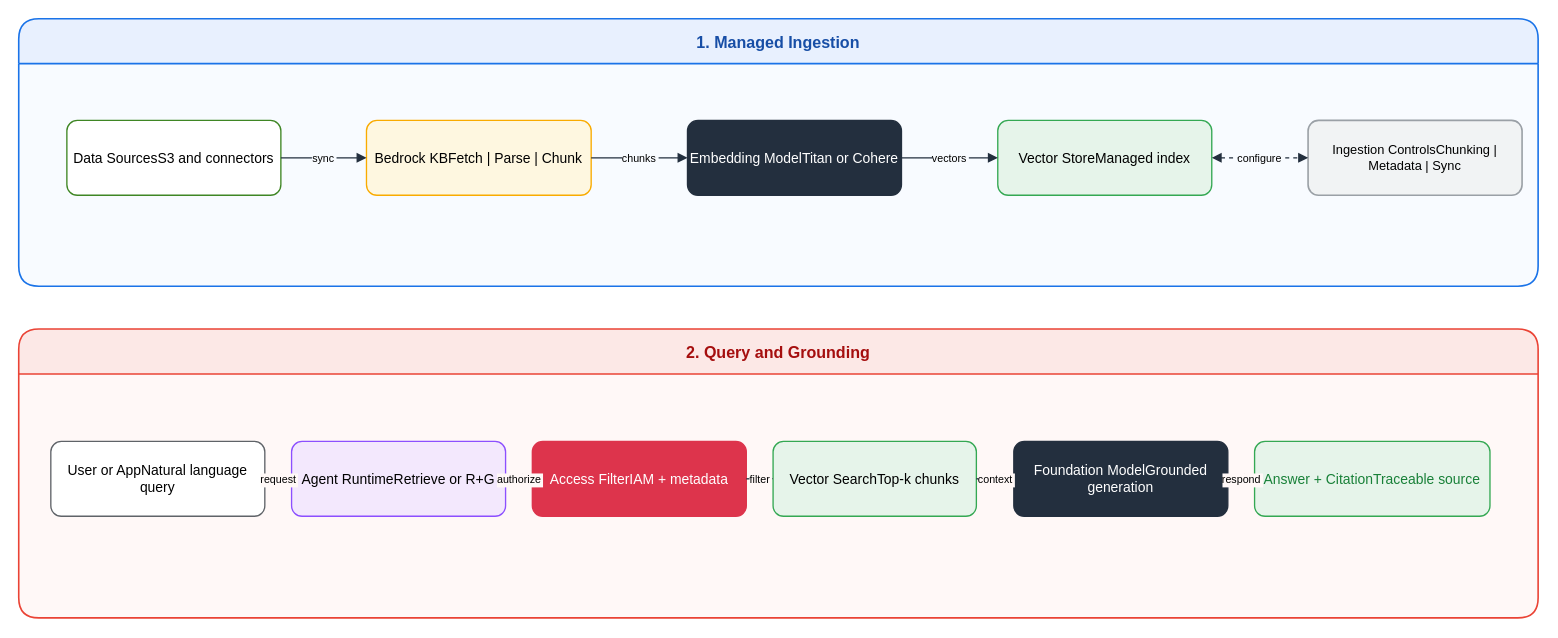
The draw.io diagram assets/img/aws/bedrock-kb-architecture.drawio in KKamJi98/kkamji98.github.io, before the edit. Source tidied: cells renumbered, new cells numbered last; positions are measured from the earlier drawing's top-left corner, leaving out a move shared by most shapes. Both pictures are drawn from the tidied source at 107%, with x=0, y=0 at pixel (18, 18).
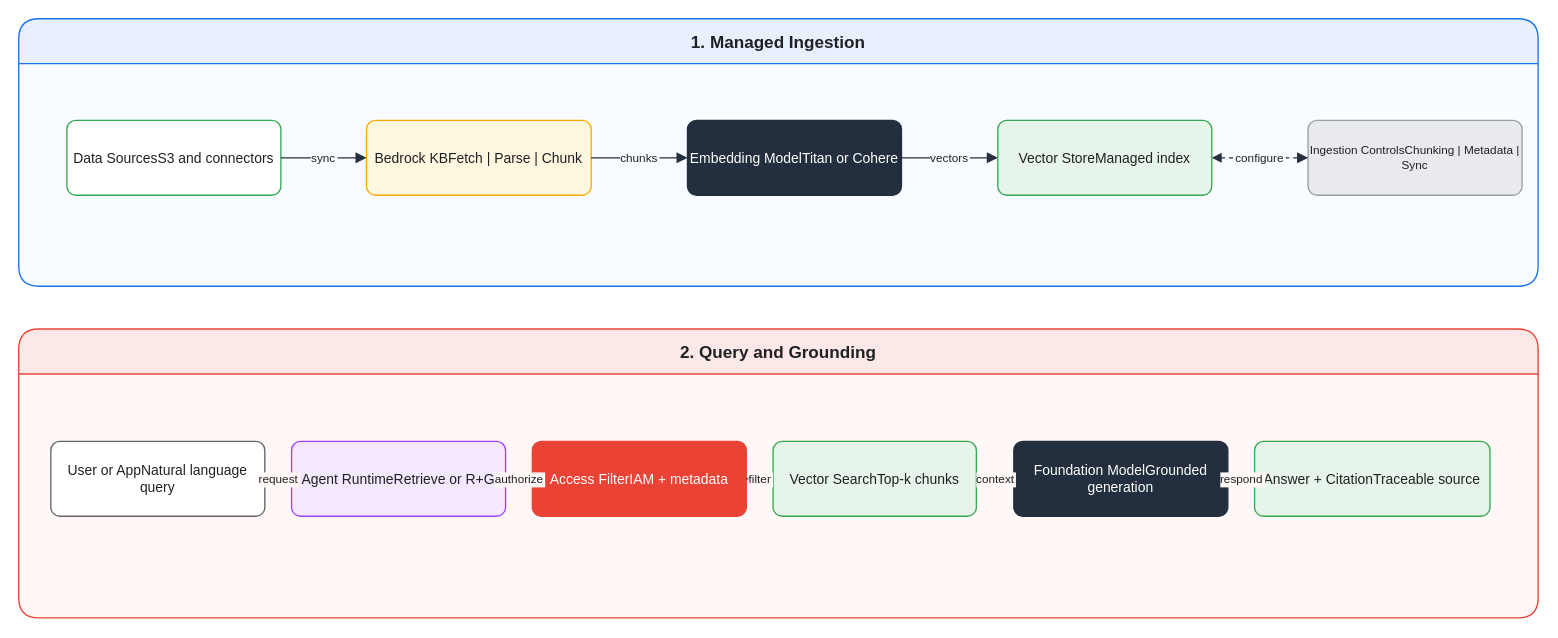
Above is the later version.

What changed in the source:
```diff
@@
-<mxGraphModel>
+<mxGraphModel background="#FFFFFF">
@@
-    <mxCell id="2" value="1. Managed Ingestion" style="swimlane;html=0;rounded=1;startSize=42;fillColor=#E8F0FE;swimlaneFillColor=#F8FBFF;strokeColor=#1A73E8;strokeWidth=1.5;fontSize=15;fontStyle=1;fontColor=#174EA6;shadow=0;" parent="1" vertex="1">
+    <mxCell id="2" value="1. Managed Ingestion" style="swimlane;html=0;rounded=1;startSize=42;fillColor=#E8F0FE;swimlaneFillColor=#F8FBFF;strokeColor=#1A73E8;strokeWidth=1.25;fontSize=16;fontStyle=1;fontColor=#202124;shadow=0;" parent="1" vertex="1">
       <mxGeometry width="1420" height="250" as="geometry" />
     </mxCell>
-    <mxCell id="3" value="2. Query and Grounding" style="swimlane;html=0;rounded=1;startSize=42;fillColor=#FCE8E6;swimlaneFillColor=#FFF8F7;strokeColor=#EA4335;strokeWidth=1.5;fontSize=15;fontStyle=1;fontColor=#A50E0E;shadow=0;" parent="1" vertex="1">
+    <mxCell id="3" value="2. Query and Grounding" style="swimlane;html=0;rounded=1;startSize=42;fillColor=#FCE8E6;swimlaneFillColor=#FFF8F7;strokeColor=#EA4335;strokeWidth=1.25;fontSize=16;fontStyle=1;fontColor=#202124;shadow=0;" parent="1" vertex="1">
       <mxGeometry y="290" width="1420" height="270" as="geometry" />
     </mxCell>
-    <mxCell id="4" value="Data SourcesS3 and connectors" style="rounded=1;arcSize=14;whiteSpace=wrap;html=0;fillColor=#FFFFFF;strokeColor=#3F8624;strokeWidth=1.25;fontSize=13;fontColor=#000000;shadow=0;" parent="1" vertex="1">
+    <mxCell id="4" value="Data SourcesS3 and connectors" style="rounded=1;arcSize=12;whiteSpace=wrap;html=0;fillColor=#FFFFFF;strokeColor=#34A853;strokeWidth=1.25;fontSize=13;fontColor=#202124;shadow=0;" parent="1" vertex="1">
       <mxGeometry x="45" y="95" width="200" height="70" as="geometry" />
     </mxCell>
-    <mxCell id="5" value="Bedrock KBFetch | Parse | Chunk" style="rounded=1;arcSize=14;whiteSpace=wrap;html=0;fillColor=#FEF7E0;strokeColor=#F9AB00;strokeWidth=1.25;fontSize=13;fontColor=#000000;shadow=0;" parent="1" vertex="1">
+    <mxCell id="5" value="Bedrock KBFetch | Parse | Chunk" style="rounded=1;arcSize=12;whiteSpace=wrap;html=0;fillColor=#FEF7E0;strokeColor=#F9AB00;strokeWidth=1.25;fontSize=13;fontColor=#202124;shadow=0;" parent="1" vertex="1">
       <mxGeometry x="325" y="95" width="210" height="70" as="geometry" />
     </mxCell>
-    <mxCell id="6" value="Embedding ModelTitan or Cohere" style="rounded=1;arcSize=14;whiteSpace=wrap;html=0;fillColor=#232F3E;strokeColor=#232F3E;strokeWidth=1.25;fontSize=13;fontColor=#FFFFFF;shadow=0;" parent="1" vertex="1">
+    <mxCell id="6" value="Embedding ModelTitan or Cohere" style="rounded=1;arcSize=12;whiteSpace=wrap;html=0;fillColor=#232F3E;strokeColor=#232F3E;strokeWidth=1.25;fontSize=13;fontColor=#FFFFFF;shadow=0;" parent="1" vertex="1">
       <mxGeometry x="625" y="95" width="200" height="70" as="geometry" />
     </mxCell>
-    <mxCell id="7" value="Vector StoreManaged index" style="rounded=1;arcSize=14;whiteSpace=wrap;html=0;fillColor=#E6F4EA;strokeColor=#34A853;strokeWidth=1.25;fontSize=13;fontColor=#000000;shadow=0;" parent="1" vertex="1">
+    <mxCell id="7" value="Vector StoreManaged index" style="rounded=1;arcSize=12;whiteSpace=wrap;html=0;fillColor=#E6F4EA;strokeColor=#34A853;strokeWidth=1.25;fontSize=13;fontColor=#202124;shadow=0;" parent="1" vertex="1">
       <mxGeometry x="915" y="95" width="200" height="70" as="geometry" />
     </mxCell>
-    <mxCell id="8" value="Ingestion ControlsChunking | Metadata | Sync" style="rounded=1;arcSize=14;whiteSpace=wrap;html=0;fillColor=#F1F3F4;strokeColor=#9AA0A6;strokeWidth=1.5;fontSize=12;fontColor=#000000;shadow=0;" parent="1" vertex="1">
+    <mxCell id="8" value="Ingestion ControlsChunking | Metadata | Sync" style="rounded=1;arcSize=12;whiteSpace=wrap;html=0;fillColor=#E8EAED;strokeColor=#9AA0A6;strokeWidth=1.25;fontSize=11;fontColor=#202124;shadow=0;" parent="1" vertex="1">
       <mxGeometry x="1205" y="95" width="200" height="70" as="geometry" />
     </mxCell>
-    <mxCell id="9" value="User or AppNatural language query" style="rounded=1;arcSize=14;whiteSpace=wrap;html=0;fillColor=#FFFFFF;strokeColor=#5F6368;strokeWidth=1.25;fontSize=13;fontColor=#000000;shadow=0;" parent="1" vertex="1">
+    <mxCell id="9" value="User or AppNatural language query" style="rounded=1;arcSize=12;whiteSpace=wrap;html=0;fillColor=#FFFFFF;strokeColor=#5F6368;strokeWidth=1.25;fontSize=13;fontColor=#202124;shadow=0;" parent="1" vertex="1">
       <mxGeometry x="30" y="395" width="200" height="70" as="geometry" />
     </mxCell>
-    <mxCell id="10" value="Agent RuntimeRetrieve or R+G" style="rounded=1;arcSize=14;whiteSpace=wrap;html=0;fillColor=#F3E8FD;strokeColor=#8C4FFF;strokeWidth=1.25;fontSize=13;fontColor=#000000;shadow=0;" parent="1" vertex="1">
+    <mxCell id="10" value="Agent RuntimeRetrieve or R+G" style="rounded=1;arcSize=12;whiteSpace=wrap;html=0;fillColor=#F3E8FD;strokeColor=#A142F4;strokeWidth=1.25;fontSize=13;fontColor=#202124;shadow=0;" parent="1" vertex="1">
       <mxGeometry x="255" y="395" width="200" height="70" as="geometry" />
     </mxCell>
-    <mxCell id="11" value="Access FilterIAM + metadata" style="rounded=1;arcSize=14;whiteSpace=wrap;html=0;fillColor=#DD344C;strokeColor=#DD344C;strokeWidth=1.25;fontSize=13;fontColor=#FFFFFF;shadow=0;" parent="1" vertex="1">
+    <mxCell id="11" value="Access FilterIAM + metadata" style="rounded=1;arcSize=12;whiteSpace=wrap;html=0;fillColor=#EA4335;strokeColor=#EA4335;strokeWidth=1.25;fontSize=13;fontColor=#FFFFFF;shadow=0;" parent="1" vertex="1">
       <mxGeometry x="480" y="395" width="200" height="70" as="geometry" />
     </mxCell>
-    <mxCell id="12" value="Vector SearchTop-k chunks" style="rounded=1;arcSize=14;whiteSpace=wrap;html=0;fillColor=#E6F4EA;strokeColor=#34A853;strokeWidth=1.25;fontSize=13;fontColor=#000000;shadow=0;" parent="1" vertex="1">
+    <mxCell id="12" value="Vector SearchTop-k chunks" style="rounded=1;arcSize=12;whiteSpace=wrap;html=0;fillColor=#E6F4EA;strokeColor=#34A853;strokeWidth=1.25;fontSize=13;fontColor=#202124;shadow=0;" parent="1" vertex="1">
       <mxGeometry x="705" y="395" width="190" height="70" as="geometry" />
     </mxCell>
-    <mxCell id="13" value="Foundation ModelGrounded generation" style="rounded=1;arcSize=14;whiteSpace=wrap;html=0;fillColor=#232F3E;strokeColor=#232F3E;strokeWidth=1.25;fontSize=13;fontColor=#FFFFFF;shadow=0;" parent="1" vertex="1">
+    <mxCell id="13" value="Foundation ModelGrounded generation" style="rounded=1;arcSize=12;whiteSpace=wrap;html=0;fillColor=#232F3E;strokeColor=#232F3E;strokeWidth=1.25;fontSize=13;fontColor=#FFFFFF;shadow=0;" parent="1" vertex="1">
       <mxGeometry x="930" y="395" width="200" height="70" as="geometry" />
     </mxCell>
-    <mxCell id="14" value="Answer + CitationTraceable source" style="rounded=1;arcSize=14;whiteSpace=wrap;html=0;fillColor=#E6F4EA;strokeColor=#34A853;strokeWidth=1.25;fontSize=13;fontColor=#188038;shadow=0;" parent="1" vertex="1">
+    <mxCell id="14" value="Answer + CitationTraceable source" style="rounded=1;arcSize=12;whiteSpace=wrap;html=0;fillColor=#E6F4EA;strokeColor=#34A853;strokeWidth=1.25;fontSize=13;fontColor=#202124;shadow=0;" parent="1" vertex="1">
       <mxGeometry x="1155" y="395" width="220" height="70" as="geometry" />
     </mxCell>
-    <mxCell id="15" value="sync" style="edgeStyle=orthogonalEdgeStyle;rounded=0;html=0;endArrow=block;strokeColor=#232F3E;strokeWidth=1.25;fontSize=10;fontColor=#000000;labelBackgroundColor=#F8FBFF;" parent="1" edge="1" source="4" target="5">
+    <mxCell id="15" value="sync" style="edgeStyle=orthogonalEdgeStyle;rounded=0;html=0;endArrow=block;strokeColor=#232F3E;strokeWidth=1.25;fontSize=11;fontColor=#202124;labelBackgroundColor=#F8FBFF;endSize=7;" parent="1" edge="1" source="4" target="5">
       <mxGeometry relative="1" as="geometry" />
     </mxCell>
-    <mxCell id="16" value="chunks" style="edgeStyle=orthogonalEdgeStyle;rounded=0;html=0;endArrow=block;strokeColor=#232F3E;strokeWidth=1.25;fontSize=10;fontColor=#000000;labelBackgroundColor=#F8FBFF;" parent="1" edge="1" source="5" target="6">
+    <mxCell id="16" value="chunks" style="edgeStyle=orthogonalEdgeStyle;rounded=0;html=0;endArrow=block;strokeColor=#232F3E;strokeWidth=1.25;fontSize=11;fontColor=#202124;labelBackgroundColor=#F8FBFF;endSize=7;" parent="1" edge="1" source="5" target="6">
       <mxGeometry relative="1" as="geometry" />
     </mxCell>
-    <mxCell id="17" value="vectors" style="edgeStyle=orthogonalEdgeStyle;rounded=0;html=0;endArrow=block;strokeColor=#232F3E;strokeWidth=1.25;fontSize=10;fontColor=#000000;labelBackgroundColor=#F8FBFF;" parent="1" edge="1" source="6" target="7">
+    <mxCell id="17" value="vectors" style="edgeStyle=orthogonalEdgeStyle;rounded=0;html=0;endArrow=block;strokeColor=#232F3E;strokeWidth=1.25;fontSize=11;fontColor=#202124;labelBackgroundColor=#F8FBFF;endSize=7;" parent="1" edge="1" source="6" target="7">
       <mxGeometry relative="1" as="geometry" />
     </mxCell>
-    <mxCell id="18" value="configure" style="edgeStyle=orthogonalEdgeStyle;rounded=0;html=0;startArrow=block;endArrow=block;strokeColor=#232F3E;strokeWidth=1.25;dashed=1;fontSize=10;fontColor=#000000;labelBackgroundColor=#F8FBFF;" parent="1" edge="1" source="7" target="8">
+    <mxCell id="18" value="configure" style="edgeStyle=orthogonalEdgeStyle;rounded=0;html=0;startArrow=block;endArrow=block;strokeColor=#232F3E;strokeWidth=1.25;dashed=1;fontSize=11;fontColor=#202124;labelBackgroundColor=#F8FBFF;endSize=7;" parent="1" edge="1" source="7" target="8">
       <mxGeometry relative="1" as="geometry" />
     </mxCell>
-    <mxCell id="19" value="request" style="edgeStyle=orthogonalEdgeStyle;rounded=0;html=0;endArrow=block;strokeColor=#232F3E;strokeWidth=1.25;fontSize=10;fontColor=#000000;labelBackgroundColor=#FFF8F7;" parent="1" edge="1" source="9" target="10">
+    <mxCell id="19" value="request" style="edgeStyle=orthogonalEdgeStyle;rounded=0;html=0;endArrow=block;strokeColor=#232F3E;strokeWidth=1.25;fontSize=11;fontColor=#202124;labelBackgroundColor=#FFF8F7;endSize=7;" parent="1" edge="1" source="9" target="10">
       <mxGeometry relative="1" as="geometry" />
     </mxCell>
-    <mxCell id="20" value="authorize" style="edgeStyle=orthogonalEdgeStyle;rounded=0;html=0;endArrow=block;strokeColor=#232F3E;strokeWidth=1.25;fontSize=10;fontColor=#000000;labelBackgroundColor=#FFF8F7;" parent="1" edge="1" source="10" target="11">
+    <mxCell id="20" value="authorize" style="edgeStyle=orthogonalEdgeStyle;rounded=0;html=0;endArrow=block;strokeColor=#232F3E;strokeWidth=1.25;fontSize=11;fontColor=#202124;labelBackgroundColor=#FFF8F7;endSize=7;" parent="1" edge="1" source="10" target="11">
       <mxGeometry relative="1" as="geometry" />
     </mxCell>
-    <mxCell id="21" value="filter" style="edgeStyle=orthogonalEdgeStyle;rounded=0;html=0;endArrow=block;strokeColor=#232F3E;strokeWidth=1.25;fontSize=10;fontColor=#000000;labelBackgroundColor=#FFF8F7;" parent="1" edge="1" source="11" target="12">
+    <mxCell id="21" value="filter" style="edgeStyle=orthogonalEdgeStyle;rounded=0;html=0;endArrow=block;strokeColor=#232F3E;strokeWidth=1.25;fontSize=11;fontColor=#202124;labelBackgroundColor=#FFF8F7;endSize=7;" parent="1" edge="1" source="11" target="12">
       <mxGeometry relative="1" as="geometry" />
     </mxCell>
-    <mxCell id="22" value="context" style="edgeStyle=orthogonalEdgeStyle;rounded=0;html=0;endArrow=block;strokeColor=#232F3E;strokeWidth=1.25;fontSize=10;fontColor=#000000;labelBackgroundColor=#FFF8F7;" parent="1" edge="1" source="12" target="13">
+    <mxCell id="22" value="context" style="edgeStyle=orthogonalEdgeStyle;rounded=0;html=0;endArrow=block;strokeColor=#232F3E;strokeWidth=1.25;fontSize=11;fontColor=#202124;labelBackgroundColor=#FFF8F7;endSize=7;" parent="1" edge="1" source="12" target="13">
       <mxGeometry relative="1" as="geometry" />
     </mxCell>
-    <mxCell id="23" value="respond" style="edgeStyle=orthogonalEdgeStyle;rounded=0;html=0;endArrow=block;strokeColor=#232F3E;strokeWidth=1.25;fontSize=10;fontColor=#000000;labelBackgroundColor=#FFF8F7;" parent="1" edge="1" source="13" target="14">
+    <mxCell id="23" value="respond" style="edgeStyle=orthogonalEdgeStyle;rounded=0;html=0;endArrow=block;strokeColor=#232F3E;strokeWidth=1.25;fontSize=11;fontColor=#202124;labelBackgroundColor=#FFF8F7;endSize=7;" parent="1" edge="1" source="13" target="14">
       <mxGeometry relative="1" as="geometry" />
     </mxCell>
```
